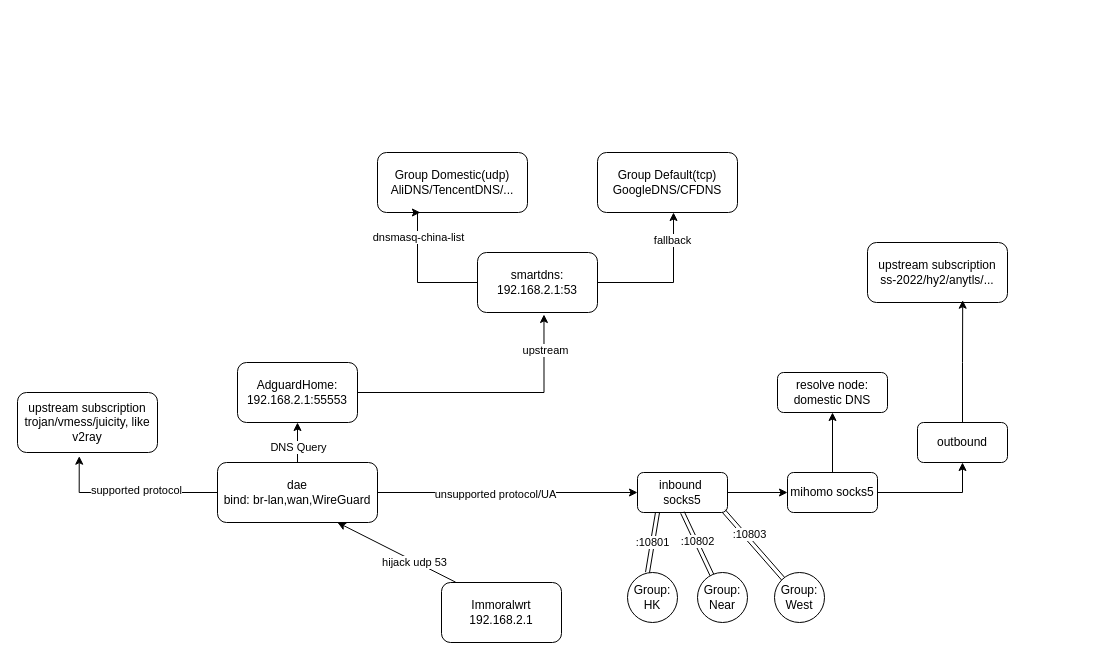
Before: assets/homerouter.drawio in tomaegg/homelab, a draw.io diagram. Source tidied: cells renumbered, new cells numbered last; positions are measured from the earlier drawing's top-left corner, leaving out a move shared by most shapes. Both pictures are drawn from the tidied source at 100%, with x=0, y=0 at pixel (17, 152).
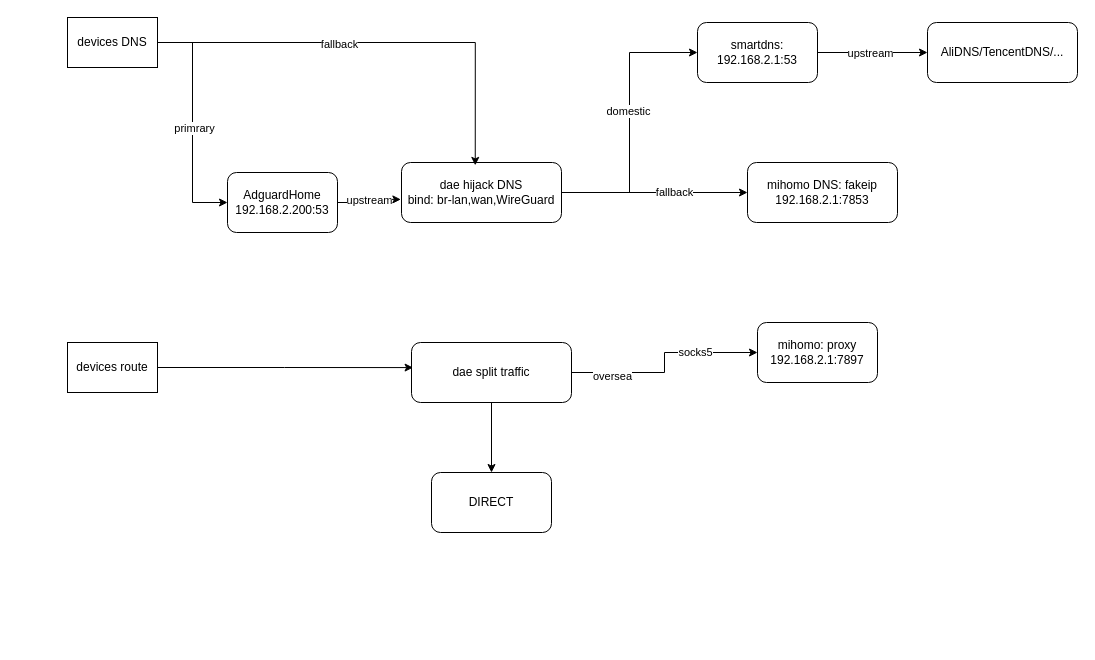
The same page after the edit.

Commit message (it also covers changes not shown here):
feat: update net topology

Diff of the diagram source:
```diff
@@
-    <mxCell id="2" value="Immoralwrt&lt;div&gt;192.168.2.1&lt;/div&gt;" style="rounded=1;whiteSpace=wrap;html=1;" parent="1" vertex="1">
-      <mxGeometry x="424" y="430" width="120" height="60" as="geometry" />
-    </mxCell>
-    <mxCell id="3" style="edgeStyle=orthogonalEdgeStyle;rounded=0;jettySize=auto;html=1;" parent="1" edge="1" source="5" target="21">
-      <mxGeometry relative="1" as="geometry" />
-    </mxCell>
-    <mxCell id="4" value="unsupported protocol/UA" style="edgeLabel;html=1;align=center;verticalAlign=middle;" parent="3" vertex="1">
-      <mxGeometry x="-0.1" y="-1" relative="1" as="geometry" />
-    </mxCell>
-    <mxCell id="5" value="dae&lt;div&gt;bind: br-lan,wan,WireGuard&lt;/div&gt;" style="rounded=1;whiteSpace=wrap;html=1;" parent="1" vertex="1">
-      <mxGeometry x="200" y="310" width="160" height="60" as="geometry" />
-    </mxCell>
-    <mxCell id="6" style="endArrow=classic;html=1;rounded=0;entryX=0.75;entryY=1;entryDx=0;entryDy=0;exitX=0.118;exitY=-0.005;exitDx=0;exitDy=0;exitPerimeter=0;" parent="1" edge="1" source="2" target="5">
-      <mxGeometry relative="1" as="geometry" />
-    </mxCell>
-    <mxCell id="7" value="hijack udp 53" style="edgeLabel;html=1;align=center;verticalAlign=middle;" parent="6" vertex="1">
-      <mxGeometry x="-0.3" y="1" relative="1" as="geometry" />
-    </mxCell>
     <mxCell id="8" value="smartdns:&lt;div&gt;192.168.2.1:53&lt;/div&gt;" style="rounded=1;whiteSpace=wrap;html=1;" parent="1" vertex="1">
-      <mxGeometry x="460" y="100" width="120" height="60" as="geometry" />
+      <mxGeometry x="680" y="-130" width="120" height="60" as="geometry" />
     </mxCell>
-    <mxCell id="9" style="edgeStyle=orthogonalEdgeStyle;rounded=0;jettySize=auto;html=1;entryX=0.5;entryY=1;entryDx=0;entryDy=0;" parent="1" edge="1" source="5" target="15">
-      <mxGeometry relative="1" as="geometry" />
-    </mxCell>
-    <mxCell id="10" value="DNS Query" style="edgeLabel;html=1;align=center;verticalAlign=middle;" parent="9" vertex="1">
-      <mxGeometry x="0.38" y="2" relative="1" as="geometry">
-        <mxPoint x="2" y="12" as="offset" />
-      </mxGeometry>
-    </mxCell>
-    <mxCell id="11" value="Group Domestic(udp)&lt;div&gt;AliDNS/TencentDNS/...&lt;/div&gt;" style="rounded=1;whiteSpace=wrap;html=1;" parent="1" vertex="1">
-      <mxGeometry x="360" width="150" height="60" as="geometry" />
+    <mxCell id="11" value="&lt;div&gt;AliDNS/TencentDNS/...&lt;/div&gt;" style="rounded=1;whiteSpace=wrap;html=1;" parent="1" vertex="1">
+      <mxGeometry x="910" y="-130" width="150" height="60" as="geometry" />
     </mxCell>
+    <mxCell id="15" value="mihomo DNS: fakeip&lt;div&gt;192.168.2.1:7853&lt;/div&gt;" style="rounded=1;whiteSpace=wrap;html=1;" parent="1" vertex="1">
+      <mxGeometry x="730" y="10" width="150" height="60" as="geometry" />
+    </mxCell>
+    <mxCell id="41" style="edgeStyle=orthogonalEdgeStyle;rounded=0;jettySize=auto;html=1;entryX=0;entryY=0.5;entryDx=0;entryDy=0;" parent="1" edge="1" source="43" target="44">
+      <mxGeometry relative="1" as="geometry" />
+    </mxCell>
+    <mxCell id="42" value="primrary" style="edgeLabel;html=1;align=center;verticalAlign=middle;" parent="41" vertex="1">
+      <mxGeometry x="0.04" y="1" relative="1" as="geometry" />
+    </mxCell>
+    <mxCell id="43" value="devices DNS" style="rounded=0;whiteSpace=wrap;html=1;" parent="1" vertex="1">
+      <mxGeometry x="50" y="-135" width="90" height="50" as="geometry" />
+    </mxCell>
+    <mxCell id="44" value="AdguardHome&lt;div&gt;192.168.2.200:53&lt;/div&gt;" style="rounded=1;whiteSpace=wrap;html=1;" parent="1" vertex="1">
+      <mxGeometry x="210" y="20" width="110" height="60" as="geometry" />
+    </mxCell>
-    <mxCell id="12" style="edgeStyle=orthogonalEdgeStyle;rounded=0;jettySize=auto;html=1;entryX=0.286;entryY=1;entryDx=0;entryDy=0;entryPerimeter=0;" parent="1" edge="1" source="8" target="11">
-      <mxGeometry relative="1" as="geometry">
-        <Array as="points">
-          <mxPoint x="400" y="130" />
-        </Array>
-      </mxGeometry>
+    <mxCell id="12" style="edgeStyle=orthogonalEdgeStyle;rounded=0;jettySize=auto;html=1;entryX=0;entryY=0.5;entryDx=0;entryDy=0;" parent="1" edge="1" source="8" target="11">
+      <mxGeometry relative="1" as="geometry" />
     </mxCell>
-    <mxCell id="13" value="dnsmasq-china-list" style="edgeLabel;html=1;align=center;verticalAlign=middle;" parent="12" vertex="1">
-      <mxGeometry x="0.59" relative="1" as="geometry" />
-    </mxCell>
-    <mxCell id="14" value="Group Default(tcp)&lt;div&gt;GoogleDNS/CFDNS&lt;/div&gt;" style="rounded=1;whiteSpace=wrap;html=1;" parent="1" vertex="1">
-      <mxGeometry x="580" width="140" height="60" as="geometry" />
-    </mxCell>
-    <mxCell id="15" value="AdguardHome:&lt;div&gt;192.168.2.1:55553&lt;/div&gt;" style="rounded=1;whiteSpace=wrap;html=1;" parent="1" vertex="1">
-      <mxGeometry x="220" y="210" width="120" height="60" as="geometry" />
-    </mxCell>
-    <mxCell id="16" style="edgeStyle=orthogonalEdgeStyle;rounded=0;jettySize=auto;html=1;entryX=0.554;entryY=1.033;entryDx=0;entryDy=0;entryPerimeter=0;" parent="1" edge="1" source="15" target="8">
-      <mxGeometry relative="1" as="geometry" />
-    </mxCell>
-    <mxCell id="17" value="upstream" style="edgeLabel;html=1;align=center;verticalAlign=middle;" parent="16" vertex="1">
-      <mxGeometry x="0.73" y="-1" relative="1" as="geometry" />
-    </mxCell>
-    <mxCell id="18" style="edgeStyle=orthogonalEdgeStyle;rounded=0;jettySize=auto;html=1;entryX=0.543;entryY=1;entryDx=0;entryDy=0;entryPerimeter=0;" parent="1" edge="1" source="8" target="14">
-      <mxGeometry relative="1" as="geometry">
-        <Array as="points">
-          <mxPoint x="656" y="130" />
-        </Array>
-      </mxGeometry>
-    </mxCell>
-    <mxCell id="19" value="fallback" style="edgeLabel;html=1;align=center;verticalAlign=middle;" parent="18" vertex="1">
-      <mxGeometry x="0.62" y="2" relative="1" as="geometry" />
-    </mxCell>
-    <mxCell id="20" style="edgeStyle=orthogonalEdgeStyle;rounded=0;jettySize=auto;html=1;entryX=0;entryY=0.5;entryDx=0;entryDy=0;" parent="1" edge="1" source="21" target="27">
-      <mxGeometry relative="1" as="geometry" />
-    </mxCell>
-    <mxCell id="21" value="inbound&amp;nbsp;&lt;div&gt;socks5&lt;/div&gt;" style="rounded=1;whiteSpace=wrap;html=1;" parent="1" vertex="1">
-      <mxGeometry x="620" y="320" width="90" height="40" as="geometry" />
-    </mxCell>
-    <mxCell id="22" value="upstream subscription&lt;div&gt;trojan/vmess/juicity, like v2ray&lt;/div&gt;" style="rounded=1;whiteSpace=wrap;html=1;" parent="1" vertex="1">
-      <mxGeometry y="240" width="140" height="60" as="geometry" />
-    </mxCell>
-    <mxCell id="23" style="edgeStyle=orthogonalEdgeStyle;rounded=0;jettySize=auto;html=1;entryX=0.441;entryY=1.062;entryDx=0;entryDy=0;entryPerimeter=0;" parent="1" edge="1" source="5" target="22">
-      <mxGeometry relative="1" as="geometry" />
-    </mxCell>
-    <mxCell id="24" value="supported protocol" style="edgeLabel;html=1;align=center;verticalAlign=middle;" parent="23" vertex="1">
-      <mxGeometry x="-0.06" y="-3" relative="1" as="geometry" />
-    </mxCell>
-    <mxCell id="25" style="edgeStyle=orthogonalEdgeStyle;rounded=0;jettySize=auto;html=1;" parent="1" edge="1" source="27">
-      <mxGeometry relative="1" as="geometry">
-        <mxPoint x="815" y="260" as="targetPoint" />
-      </mxGeometry>
-    </mxCell>
-    <mxCell id="26" style="edgeStyle=orthogonalEdgeStyle;rounded=0;jettySize=auto;html=1;entryX=0.5;entryY=1;entryDx=0;entryDy=0;" parent="1" edge="1" source="27" target="30">
-      <mxGeometry relative="1" as="geometry" />
-    </mxCell>
-    <mxCell id="27" value="mihomo socks5" style="rounded=1;whiteSpace=wrap;html=1;" parent="1" vertex="1">
-      <mxGeometry x="770" y="320" width="90" height="40" as="geometry" />
-    </mxCell>
-    <mxCell id="28" value="resolve node: domestic DNS" style="rounded=1;whiteSpace=wrap;html=1;" parent="1" vertex="1">
-      <mxGeometry x="760" y="220" width="110" height="40" as="geometry" />
-    </mxCell>
-    <mxCell id="29" value="upstream subscription&lt;div&gt;ss-2022/hy2/anytls/...&lt;/div&gt;" style="rounded=1;whiteSpace=wrap;html=1;" parent="1" vertex="1">
-      <mxGeometry x="850" y="90" width="140" height="60" as="geometry" />
-    </mxCell>
-    <mxCell id="30" value="outbound" style="rounded=1;whiteSpace=wrap;html=1;" parent="1" vertex="1">
-      <mxGeometry x="900" y="270" width="90" height="40" as="geometry" />
-    </mxCell>
-    <mxCell id="31" style="edgeStyle=orthogonalEdgeStyle;rounded=0;jettySize=auto;html=1;entryX=0.68;entryY=0.962;entryDx=0;entryDy=0;entryPerimeter=0;" parent="1" edge="1" source="30" target="29">
-      <mxGeometry relative="1" as="geometry" />
-    </mxCell>
-    <mxCell id="32" value="Group: HK" style="ellipse;whiteSpace=wrap;html=1;" parent="1" vertex="1">
-      <mxGeometry x="610" y="420" width="50" height="50" as="geometry" />
-    </mxCell>
-    <mxCell id="33" value="Group: Near" style="ellipse;whiteSpace=wrap;html=1;" parent="1" vertex="1">
-      <mxGeometry x="680" y="420" width="50" height="50" as="geometry" />
-    </mxCell>
-    <mxCell id="34" value="Group: West" style="ellipse;whiteSpace=wrap;html=1;" parent="1" vertex="1">
-      <mxGeometry x="757" y="420" width="50" height="50" as="geometry" />
-    </mxCell>
-    <mxCell id="35" style="shape=link;html=1;rounded=0;entryX=0.4;entryY=0;entryDx=0;entryDy=0;entryPerimeter=0;" parent="1" edge="1" target="32">
-      <mxGeometry relative="1" as="geometry">
-        <mxPoint x="640" y="360" as="sourcePoint" />
-      </mxGeometry>
-    </mxCell>
-    <mxCell id="36" value=":10801" style="edgeLabel;html=1;align=center;verticalAlign=middle;" parent="35" vertex="1">
-      <mxGeometry x="-0.03" y="-1" relative="1" as="geometry" />
-    </mxCell>
-    <mxCell id="37" style="shape=link;html=1;rounded=0;exitX=0.5;exitY=1;exitDx=0;exitDy=0;" parent="1" edge="1" source="21" target="33">
-      <mxGeometry relative="1" as="geometry" />
-    </mxCell>
-    <mxCell id="38" value=":10802" style="edgeLabel;html=1;align=center;verticalAlign=middle;" parent="37" vertex="1">
-      <mxGeometry x="-0.08" y="1" relative="1" as="geometry" />
-    </mxCell>
-    <mxCell id="39" style="shape=link;html=1;rounded=0;exitX=0.959;exitY=0.964;exitDx=0;exitDy=0;exitPerimeter=0;" parent="1" edge="1" source="21" target="34">
-      <mxGeometry relative="1" as="geometry" />
-    </mxCell>
-    <mxCell id="40" value=":10803" style="edgeLabel;html=1;align=center;verticalAlign=middle;" parent="39" vertex="1">
-      <mxGeometry x="-0.25" y="4" relative="1" as="geometry" />
-    </mxCell>
+    <mxCell id="45" value="upstream" style="edgeLabel;html=1;align=center;verticalAlign=middle;" parent="12" vertex="1">
+      <mxGeometry x="-0.05" relative="1" as="geometry" />
+    </mxCell>
+    <mxCell id="46" style="edgeStyle=orthogonalEdgeStyle;rounded=0;jettySize=auto;html=1;entryX=0;entryY=0.5;entryDx=0;entryDy=0;" parent="1" edge="1" source="50" target="8">
+      <mxGeometry relative="1" as="geometry" />
+    </mxCell>
+    <mxCell id="47" value="domestic" style="edgeLabel;html=1;align=center;verticalAlign=middle;" parent="46" vertex="1">
+      <mxGeometry x="0.09" y="2" relative="1" as="geometry" />
+    </mxCell>
+    <mxCell id="48" style="edgeStyle=orthogonalEdgeStyle;rounded=0;jettySize=auto;html=1;entryX=0;entryY=0.5;entryDx=0;entryDy=0;" parent="1" edge="1" source="50" target="15">
+      <mxGeometry relative="1" as="geometry" />
+    </mxCell>
+    <mxCell id="49" value="fallback" style="edgeLabel;html=1;align=center;verticalAlign=middle;" parent="48" vertex="1">
+      <mxGeometry x="0.2" y="1" relative="1" as="geometry" />
+    </mxCell>
+    <mxCell id="50" value="dae hijack DNS&lt;div&gt;bind: br-lan,wan,WireGuard&lt;/div&gt;" style="rounded=1;whiteSpace=wrap;html=1;" parent="1" vertex="1">
+      <mxGeometry x="384" y="10" width="160" height="60" as="geometry" />
+    </mxCell>
+    <mxCell id="51" style="edgeStyle=orthogonalEdgeStyle;rounded=0;jettySize=auto;html=1;entryX=-0.004;entryY=0.615;entryDx=0;entryDy=0;entryPerimeter=0;" parent="1" edge="1" source="44" target="50">
+      <mxGeometry relative="1" as="geometry" />
+    </mxCell>
+    <mxCell id="52" value="upstream" style="edgeLabel;html=1;align=center;verticalAlign=middle;" parent="51" vertex="1">
+      <mxGeometry x="0.04" y="-1" relative="1" as="geometry" />
+    </mxCell>
+    <mxCell id="53" style="edgeStyle=orthogonalEdgeStyle;rounded=0;jettySize=auto;html=1;entryX=0.461;entryY=0.048;entryDx=0;entryDy=0;entryPerimeter=0;" parent="1" edge="1" source="43" target="50">
+      <mxGeometry relative="1" as="geometry" />
+    </mxCell>
+    <mxCell id="54" value="fallback" style="edgeLabel;html=1;align=center;verticalAlign=middle;" parent="53" vertex="1">
+      <mxGeometry x="-0.18" y="-1" relative="1" as="geometry" />
+    </mxCell>
+    <mxCell id="55" value="devices route" style="rounded=0;whiteSpace=wrap;html=1;" parent="1" vertex="1">
+      <mxGeometry x="50" y="190" width="90" height="50" as="geometry" />
+    </mxCell>
+    <mxCell id="56" style="edgeStyle=orthogonalEdgeStyle;rounded=0;jettySize=auto;html=1;entryX=0;entryY=0.5;entryDx=0;entryDy=0;" parent="1" edge="1" source="60" target="62">
+      <mxGeometry relative="1" as="geometry" />
+    </mxCell>
+    <mxCell id="57" value="socks5" style="edgeLabel;html=1;align=center;verticalAlign=middle;" parent="56" vertex="1">
+      <mxGeometry x="0.39" y="1" relative="1" as="geometry" />
+    </mxCell>
+    <mxCell id="58" value="oversea" style="edgeLabel;html=1;align=center;verticalAlign=middle;" parent="56" vertex="1">
+      <mxGeometry x="-0.61" y="-3" relative="1" as="geometry" />
+    </mxCell>
+    <mxCell id="59" style="edgeStyle=orthogonalEdgeStyle;rounded=0;jettySize=auto;html=1;entryX=0.5;entryY=0;entryDx=0;entryDy=0;" parent="1" edge="1" source="60" target="63">
+      <mxGeometry relative="1" as="geometry" />
+    </mxCell>
+    <mxCell id="60" value="dae split traffic" style="rounded=1;whiteSpace=wrap;html=1;" parent="1" vertex="1">
+      <mxGeometry x="394" y="190" width="160" height="60" as="geometry" />
+    </mxCell>
+    <mxCell id="61" style="edgeStyle=orthogonalEdgeStyle;rounded=0;jettySize=auto;html=1;entryX=0.01;entryY=0.418;entryDx=0;entryDy=0;entryPerimeter=0;" parent="1" edge="1" source="55" target="60">
+      <mxGeometry relative="1" as="geometry" />
+    </mxCell>
+    <mxCell id="62" value="mihomo: proxy&lt;div&gt;192.168.2.1:7897&lt;/div&gt;" style="rounded=1;whiteSpace=wrap;html=1;" parent="1" vertex="1">
+      <mxGeometry x="740" y="170" width="120" height="60" as="geometry" />
+    </mxCell>
+    <mxCell id="63" value="DIRECT" style="rounded=1;whiteSpace=wrap;html=1;" parent="1" vertex="1">
+      <mxGeometry x="414" y="320" width="120" height="60" as="geometry" />
+    </mxCell>
```
